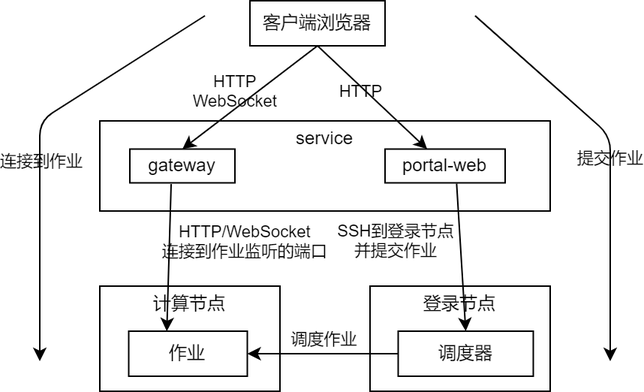
Before: docs/docs/info/portal/app.png, a diagram exported from draw.io (PKUHPC/OpenSCOW). Source tidied: cells renumbered, new cells last; positions are measured from the earlier drawing's top-left corner, leaving out a move shared by most shapes. Its diagram source:
```xml
<mxGraphModel>
  <root>
    <mxCell id="0" />
    <mxCell id="1" parent="0" />
    <mxCell id="2" value="service" style="rounded=0;whiteSpace=wrap;fillColor=none;verticalAlign=top;spacing=0;labelBackgroundColor=none;" parent="1" vertex="1">
      <mxGeometry x="40" y="80" width="300" height="60" as="geometry" />
    </mxCell>
    <mxCell id="3" value="登录节点" style="rounded=0;whiteSpace=wrap;fillColor=none;verticalAlign=top;spacing=0;labelBackgroundColor=none;" parent="1" vertex="1">
      <mxGeometry x="220" y="190" width="120" height="70" as="geometry" />
    </mxCell>
    <mxCell id="4" style="edgeStyle=none;exitX=0.5;exitY=1;exitDx=0;exitDy=0;entryX=0.5;entryY=0;entryDx=0;entryDy=0;spacing=0;labelBackgroundColor=none;" parent="1" edge="1" source="7" target="18">
      <mxGeometry relative="1" as="geometry" />
    </mxCell>
    <mxCell id="5" value="HTTP&#10;WebSocket" style="edgeLabel;align=center;verticalAlign=middle;spacing=0;labelBackgroundColor=none;" parent="4" vertex="1">
      <mxGeometry x="-0.21" y="-2" relative="1" as="geometry">
        <mxPoint x="-18" y="4" as="offset" />
      </mxGeometry>
    </mxCell>
    <mxCell id="6" style="edgeStyle=none;exitX=0.5;exitY=1;exitDx=0;exitDy=0;spacing=0;labelBackgroundColor=none;" parent="1" edge="1" source="7" target="10">
      <mxGeometry relative="1" as="geometry" />
    </mxCell>
    <mxCell id="7" value="客户端浏览器" style="whiteSpace=wrap;fillColor=none;spacing=0;labelBackgroundColor=none;" parent="1" vertex="1">
      <mxGeometry x="140" width="90" height="30" as="geometry" />
    </mxCell>
    <mxCell id="8" style="edgeStyle=none;exitX=0.393;exitY=1.035;exitDx=0;exitDy=0;startArrow=none;entryX=0.321;entryY=0.002;entryDx=0;entryDy=0;entryPerimeter=0;spacing=0;labelBackgroundColor=none;exitPerimeter=0;" parent="1" edge="1" source="18" target="17">
      <mxGeometry relative="1" as="geometry" />
    </mxCell>
    <mxCell id="9" value="HTTP/WebSocket&#10;连接到作业监听的端口" style="edgeLabel;align=center;verticalAlign=middle;spacing=0;labelBackgroundColor=none;" parent="8" vertex="1">
      <mxGeometry x="0.25" y="-2" relative="1" as="geometry">
        <mxPoint x="53" y="-24" as="offset" />
      </mxGeometry>
    </mxCell>
    <mxCell id="10" value="portal-web" style="rounded=0;whiteSpace=wrap;fillColor=none;spacing=0;labelBackgroundColor=none;" parent="1" vertex="1">
      <mxGeometry x="230" y="98.8" width="80" height="22.5" as="geometry" />
    </mxCell>
    <mxCell id="11" style="edgeStyle=none;exitX=0.596;exitY=1.024;exitDx=0;exitDy=0;entryX=0.5;entryY=0;entryDx=0;entryDy=0;exitPerimeter=0;spacing=0;labelBackgroundColor=none;" parent="1" edge="1" source="10" target="13">
      <mxGeometry relative="1" as="geometry" />
    </mxCell>
    <mxCell id="12" value="SSH到登录节点&#10;并提交作业" style="edgeLabel;align=center;verticalAlign=middle;spacing=0;labelBackgroundColor=none;" parent="11" vertex="1">
      <mxGeometry x="-0.15" y="-2" relative="1" as="geometry">
        <mxPoint x="-41" y="-4" as="offset" />
      </mxGeometry>
    </mxCell>
    <mxCell id="13" value="调度器" style="rounded=0;whiteSpace=wrap;spacing=0;labelBackgroundColor=none;fillColor=none;" parent="1" vertex="1">
      <mxGeometry x="238.8" y="220" width="90" height="30" as="geometry" />
    </mxCell>
    <mxCell id="14" value="计算节点" style="rounded=0;whiteSpace=wrap;fillColor=none;verticalAlign=top;spacing=0;labelBackgroundColor=none;" parent="1" vertex="1">
      <mxGeometry x="40" y="190" width="120" height="70" as="geometry" />
    </mxCell>
    <mxCell id="15" style="edgeStyle=none;exitX=0;exitY=0.5;exitDx=0;exitDy=0;entryX=1;entryY=0.5;entryDx=0;entryDy=0;spacing=0;labelBackgroundColor=none;" parent="1" edge="1" source="13" target="17">
      <mxGeometry relative="1" as="geometry" />
    </mxCell>
    <mxCell id="16" value="调度作业" style="edgeLabel;align=center;verticalAlign=middle;spacing=0;labelBackgroundColor=none;" parent="15" vertex="1">
      <mxGeometry x="-0.1" y="1" relative="1" as="geometry">
        <mxPoint x="-4" y="-11" as="offset" />
      </mxGeometry>
    </mxCell>
    <mxCell id="17" value="作业" style="rounded=0;whiteSpace=wrap;spacing=0;labelBackgroundColor=none;fillColor=none;" parent="1" vertex="1">
      <mxGeometry x="59.2" y="220" width="79" height="30" as="geometry" />
    </mxCell>
    <mxCell id="18" value="gateway" style="rounded=0;whiteSpace=wrap;fillColor=none;spacing=0;labelBackgroundColor=none;" parent="1" vertex="1">
      <mxGeometry x="60" y="98.8" width="70" height="22.5" as="geometry" />
    </mxCell>
    <mxCell id="19" value="HTTP" style="edgeLabel;align=center;verticalAlign=middle;spacing=0;labelBackgroundColor=none;" parent="1" vertex="1">
      <mxGeometry x="160" y="59.8" as="geometry">
        <mxPoint x="54" as="offset" />
      </mxGeometry>
    </mxCell>
    <mxCell id="20" style="endArrow=classic;html=1;" parent="1" edge="1">
      <mxGeometry relative="1" as="geometry">
        <mxPoint x="110" y="10" as="sourcePoint" />
        <mxPoint y="240" as="targetPoint" />
        <Array as="points">
          <mxPoint y="80" />
        </Array>
      </mxGeometry>
    </mxCell>
    <mxCell id="21" value="连接到作业" style="edgeLabel;html=1;align=center;verticalAlign=middle;fontColor=default;labelBackgroundColor=none;" parent="20" vertex="1">
      <mxGeometry x="0.09" y="1" relative="1" as="geometry" />
    </mxCell>
    <mxCell id="22" style="endArrow=classic;html=1;" parent="1" edge="1">
      <mxGeometry relative="1" as="geometry">
        <mxPoint x="290" y="10" as="sourcePoint" />
        <mxPoint x="380" y="240" as="targetPoint" />
        <Array as="points">
          <mxPoint x="380" y="90" />
        </Array>
      </mxGeometry>
    </mxCell>
    <mxCell id="23" value="提交作业" style="edgeLabel;html=1;align=center;verticalAlign=middle;labelBackgroundColor=none;" parent="22" vertex="1">
      <mxGeometry relative="1" as="geometry" />
    </mxCell>
  </root>
</mxGraphModel>
```
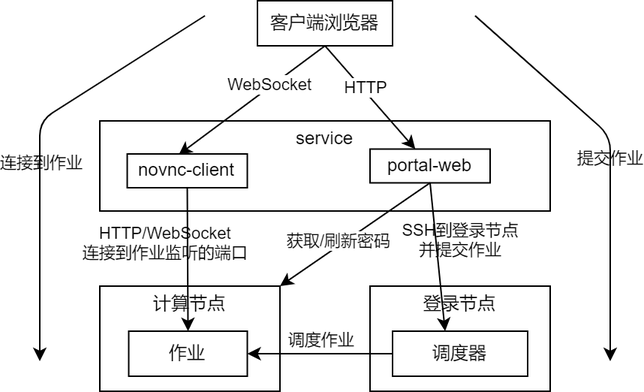
After the change.

The edit, as a diff of the source:
```diff
@@ -8,41 +8,50 @@
     <mxCell id="3" value="登录节点" style="rounded=0;whiteSpace=wrap;fillColor=none;verticalAlign=top;spacing=0;labelBackgroundColor=none;" parent="1" vertex="1">
       <mxGeometry x="220" y="190" width="120" height="70" as="geometry" />
     </mxCell>
-    <mxCell id="4" style="edgeStyle=none;exitX=0.5;exitY=1;exitDx=0;exitDy=0;entryX=0.5;entryY=0;entryDx=0;entryDy=0;spacing=0;labelBackgroundColor=none;" parent="1" edge="1" source="7" target="18">
-      <mxGeometry relative="1" as="geometry" />
-    </mxCell>
-    <mxCell id="5" value="HTTP&#10;WebSocket" style="edgeLabel;align=center;verticalAlign=middle;spacing=0;labelBackgroundColor=none;" parent="4" vertex="1">
-      <mxGeometry x="-0.21" y="-2" relative="1" as="geometry">
-        <mxPoint x="-18" y="4" as="offset" />
-      </mxGeometry>
-    </mxCell>
     <mxCell id="6" style="edgeStyle=none;exitX=0.5;exitY=1;exitDx=0;exitDy=0;spacing=0;labelBackgroundColor=none;" parent="1" edge="1" source="7" target="10">
       <mxGeometry relative="1" as="geometry" />
     </mxCell>
+    <mxCell id="19" value="HTTP" style="edgeLabel;html=1;align=center;verticalAlign=middle;" parent="6" vertex="1">
+      <mxGeometry x="-0.16" y="2" relative="1" as="geometry" />
+    </mxCell>
+    <mxCell id="24" style="edgeStyle=none;html=1;exitX=0.5;exitY=1;exitDx=0;exitDy=0;entryX=0.428;entryY=0.025;entryDx=0;entryDy=0;entryPerimeter=0;" parent="1" edge="1" source="7" target="28">
+      <mxGeometry relative="1" as="geometry" />
+    </mxCell>
+    <mxCell id="25" value="WebSocket" style="edgeLabel;html=1;align=center;verticalAlign=middle;" parent="24" vertex="1">
+      <mxGeometry x="-0.25" y="-1" relative="1" as="geometry" />
+    </mxCell>
     <mxCell id="7" value="客户端浏览器" style="whiteSpace=wrap;fillColor=none;spacing=0;labelBackgroundColor=none;" parent="1" vertex="1">
-      <mxGeometry x="140" width="90" height="30" as="geometry" />
+      <mxGeometry x="145" width="90" height="30" as="geometry" />
     </mxCell>
-    <mxCell id="8" style="edgeStyle=none;exitX=0.393;exitY=1.035;exitDx=0;exitDy=0;startArrow=none;entryX=0.321;entryY=0.002;entryDx=0;entryDy=0;entryPerimeter=0;spacing=0;labelBackgroundColor=none;exitPerimeter=0;" parent="1" edge="1" source="18" target="17">
+    <mxCell id="8" style="edgeStyle=none;exitX=0.5;exitY=1;exitDx=0;exitDy=0;startArrow=none;entryX=0.5;entryY=0;entryDx=0;entryDy=0;spacing=0;labelBackgroundColor=none;" parent="1" edge="1" source="28" target="17">
       <mxGeometry relative="1" as="geometry" />
     </mxCell>
     <mxCell id="9" value="HTTP/WebSocket&#10;连接到作业监听的端口" style="edgeLabel;align=center;verticalAlign=middle;spacing=0;labelBackgroundColor=none;" parent="8" vertex="1">
       <mxGeometry x="0.25" y="-2" relative="1" as="geometry">
-        <mxPoint x="53" y="-24" as="offset" />
+        <mxPoint x="-13" y="-24" as="offset" />
       </mxGeometry>
     </mxCell>
+    <mxCell id="26" style="edgeStyle=none;html=1;exitX=0.5;exitY=1;exitDx=0;exitDy=0;entryX=1;entryY=0;entryDx=0;entryDy=0;" parent="1" edge="1" source="10" target="14">
+      <mxGeometry relative="1" as="geometry" />
+    </mxCell>
+    <mxCell id="27" value="获取/刷新密码" style="edgeLabel;html=1;align=center;verticalAlign=middle;" parent="26" vertex="1">
+      <mxGeometry x="0.18" y="-3" relative="1" as="geometry" />
+    </mxCell>
     <mxCell id="10" value="portal-web" style="rounded=0;whiteSpace=wrap;fillColor=none;spacing=0;labelBackgroundColor=none;" parent="1" vertex="1">
-      <mxGeometry x="230" y="98.8" width="80" height="22.5" as="geometry" />
+      <mxGeometry x="220" y="98.8" width="80" height="22.5" as="geometry" />
     </mxCell>
-    <mxCell id="11" style="edgeStyle=none;exitX=0.596;exitY=1.024;exitDx=0;exitDy=0;entryX=0.5;entryY=0;entryDx=0;entryDy=0;exitPerimeter=0;spacing=0;labelBackgroundColor=none;" parent="1" edge="1" source="10" target="13">
-      <mxGeometry relative="1" as="geometry" />
+    <mxCell id="11" style="edgeStyle=none;exitX=0.5;exitY=1;exitDx=0;exitDy=0;spacing=0;labelBackgroundColor=none;" parent="1" edge="1" source="10">
+      <mxGeometry relative="1" as="geometry">
+        <mxPoint x="270" y="220" as="targetPoint" />
+      </mxGeometry>
     </mxCell>
     <mxCell id="12" value="SSH到登录节点&#10;并提交作业" style="edgeLabel;align=center;verticalAlign=middle;spacing=0;labelBackgroundColor=none;" parent="11" vertex="1">
       <mxGeometry x="-0.15" y="-2" relative="1" as="geometry">
-        <mxPoint x="-41" y="-4" as="offset" />
+        <mxPoint x="18" y="-4" as="offset" />
       </mxGeometry>
     </mxCell>
     <mxCell id="13" value="调度器" style="rounded=0;whiteSpace=wrap;spacing=0;labelBackgroundColor=none;fillColor=none;" parent="1" vertex="1">
-      <mxGeometry x="238.8" y="220" width="90" height="30" as="geometry" />
+      <mxGeometry x="235" y="220" width="90" height="30" as="geometry" />
     </mxCell>
     <mxCell id="14" value="计算节点" style="rounded=0;whiteSpace=wrap;fillColor=none;verticalAlign=top;spacing=0;labelBackgroundColor=none;" parent="1" vertex="1">
       <mxGeometry x="40" y="190" width="120" height="70" as="geometry" />
@@ -58,14 +67,6 @@
     <mxCell id="17" value="作业" style="rounded=0;whiteSpace=wrap;spacing=0;labelBackgroundColor=none;fillColor=none;" parent="1" vertex="1">
       <mxGeometry x="59.2" y="220" width="79" height="30" as="geometry" />
     </mxCell>
-    <mxCell id="18" value="gateway" style="rounded=0;whiteSpace=wrap;fillColor=none;spacing=0;labelBackgroundColor=none;" parent="1" vertex="1">
-      <mxGeometry x="60" y="98.8" width="70" height="22.5" as="geometry" />
-    </mxCell>
-    <mxCell id="19" value="HTTP" style="edgeLabel;align=center;verticalAlign=middle;spacing=0;labelBackgroundColor=none;" parent="1" vertex="1">
-      <mxGeometry x="160" y="59.8" as="geometry">
-        <mxPoint x="54" as="offset" />
-      </mxGeometry>
-    </mxCell>
     <mxCell id="20" style="endArrow=classic;html=1;" parent="1" edge="1">
       <mxGeometry relative="1" as="geometry">
         <mxPoint x="110" y="10" as="sourcePoint" />
@@ -90,5 +91,8 @@
     <mxCell id="23" value="提交作业" style="edgeLabel;html=1;align=center;verticalAlign=middle;labelBackgroundColor=none;" parent="22" vertex="1">
       <mxGeometry relative="1" as="geometry" />
     </mxCell>
+    <mxCell id="28" value="novnc-client" style="rounded=0;whiteSpace=wrap;fillColor=none;spacing=0;labelBackgroundColor=none;" parent="1" vertex="1">
+      <mxGeometry x="58.2" y="102" width="80" height="22.5" as="geometry" />
+    </mxCell>
   </root>
 </mxGraphModel>
```
